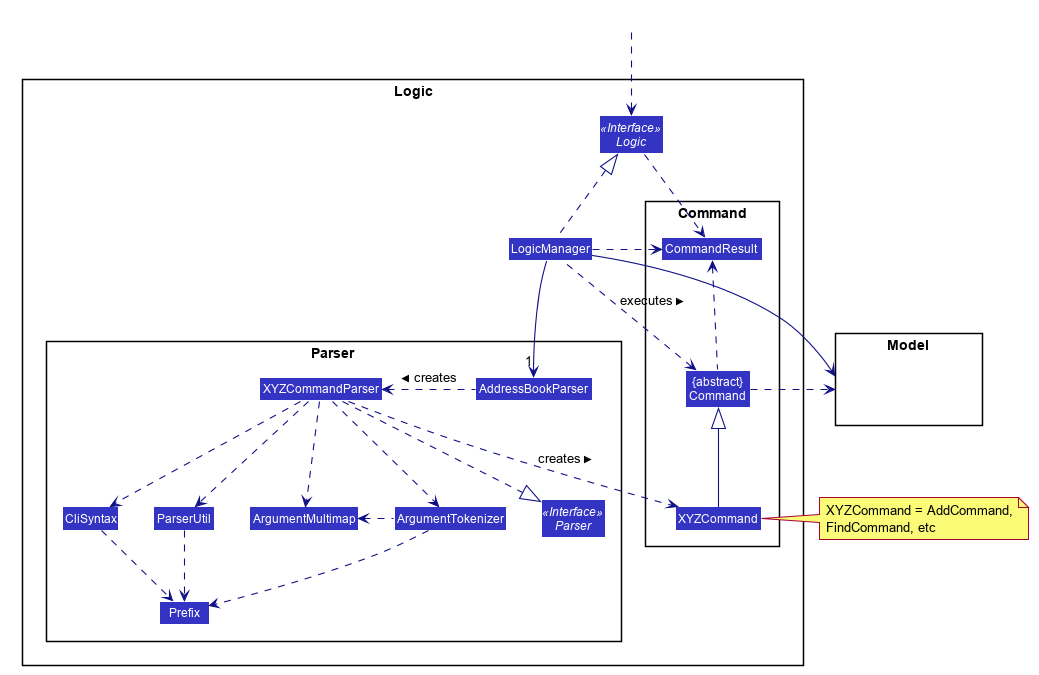
nus-cs2103-AY2021S2/tp keeps this PlantUML diagram as docs/images/LogicClassDiagram.png. Above is the earlier version. Its diagram source:
```plantuml
@startuml








skinparam BackgroundColor #FFFFFFF

skinparam Shadowing false

skinparam Class {
    FontColor #FFFFFF
    BorderThickness 1
    BorderColor #FFFFFF
    StereotypeFontColor #FFFFFF
    FontName Arial
}

skinparam Actor {
    BorderColor #000000
    Color #000000
    FontName Arial
}

skinparam Sequence {
    MessageAlign center
    BoxFontSize 15
    BoxPadding 0
    BoxFontColor #FFFFFF
    FontName Arial
}

skinparam Participant {
    FontColor #FFFFFFF
    Padding 20
}

skinparam MinClassWidth 50
skinparam ParticipantPadding 10
skinparam Shadowing false
skinparam DefaultTextAlignment center
skinparam packageStyle Rectangle

hide footbox
hide members
hide circle
skinparam arrowThickness 1.1
skinparam arrowColor #101086
skinparam classBackgroundColor #3333C4

package Logic {

package Parser {
Interface Parser <<Interface>>
Class AddressBookParser
Class XYZCommandParser
Class CliSyntax
Class ParserUtil
Class ArgumentMultimap
Class ArgumentTokenizer
Class Prefix
}

package Command {
Class XYZCommand
Class CommandResult
Class "{abstract}\nCommand" as Command
}

Interface Logic <<Interface>>
Class LogicManager
}

package Model{
Class HiddenModel #FFFFFF
}

Class HiddenOutside #FFFFFF
HiddenOutside ..> Logic

LogicManager .up.|> Logic
LogicManager -->"1" AddressBookParser
AddressBookParser .left.> XYZCommandParser: creates >

XYZCommandParser ..> XYZCommand : creates >
XYZCommandParser ..|> Parser
XYZCommandParser ..> ArgumentMultimap
XYZCommandParser ..> ArgumentTokenizer
ArgumentTokenizer .left.> ArgumentMultimap
XYZCommandParser ..> CliSyntax
CliSyntax ..> Prefix
XYZCommandParser ..> ParserUtil
ParserUtil .down.> Prefix
ArgumentTokenizer .down.> Prefix
XYZCommand -up-|> Command
LogicManager .left.> Command : executes >

LogicManager --> Model
Command .right.> Model
note right of XYZCommand: XYZCommand = AddCommand, \nFindCommand, etc

Logic ..> CommandResult
LogicManager .down.> CommandResult
Command .up.> CommandResult
CommandResult -[hidden]-> Parser
@enduml
```
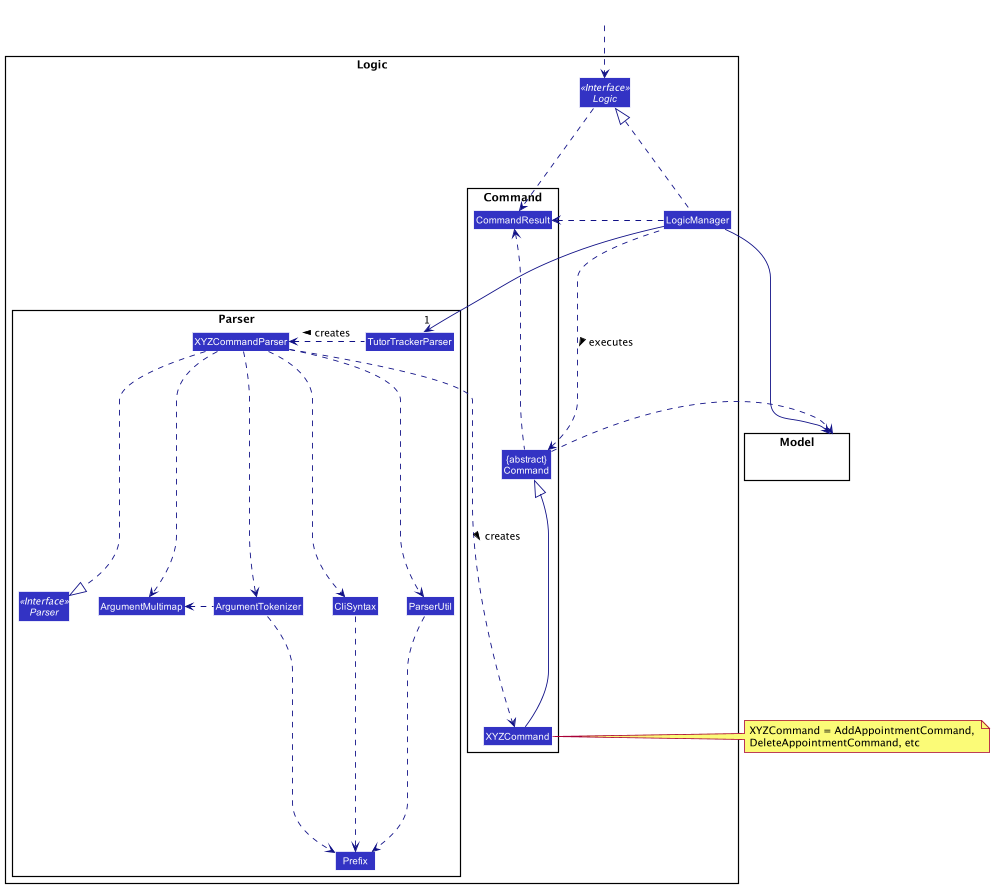
The same diagram one commit later.

Commit message:
Edit DG introduction, architecture and logic section

Diff of the diagram source:
```diff
@@ -1,61 +1,14 @@
 @startuml
-
-
-
-
-
-
-
-
-skinparam BackgroundColor #FFFFFFF
-
-skinparam Shadowing false
-
-skinparam Class {
-    FontColor #FFFFFF
-    BorderThickness 1
-    BorderColor #FFFFFF
-    StereotypeFontColor #FFFFFF
-    FontName Arial
-}
-
-skinparam Actor {
-    BorderColor #000000
-    Color #000000
-    FontName Arial
-}
-
-skinparam Sequence {
-    MessageAlign center
-    BoxFontSize 15
-    BoxPadding 0
-    BoxFontColor #FFFFFF
-    FontName Arial
-}
-
-skinparam Participant {
-    FontColor #FFFFFFF
-    Padding 20
-}
-
-skinparam MinClassWidth 50
-skinparam ParticipantPadding 10
-skinparam Shadowing false
-skinparam DefaultTextAlignment center
-skinparam packageStyle Rectangle
-
-hide footbox
-hide members
-hide circle
+!include style.puml
 skinparam arrowThickness 1.1
-skinparam arrowColor #101086
-skinparam classBackgroundColor #3333C4
+skinparam arrowColor LOGIC_COLOR_T4
+skinparam classBackgroundColor LOGIC_COLOR
 
 package Logic {
 
 package Parser {
 Interface Parser <<Interface>>
-Class AddressBookParser
+Class TutorTrackerParser
 Class XYZCommandParser
 Class CliSyntax
 Class ParserUtil
@@ -82,8 +35,8 @@
 HiddenOutside ..> Logic
 
 LogicManager .up.|> Logic
-LogicManager -->"1" AddressBookParser
-AddressBookParser .left.> XYZCommandParser: creates >
+LogicManager -->"1" TutorTrackerParser
+TutorTrackerParser .left.> XYZCommandParser: creates >
 
 XYZCommandParser ..> XYZCommand : creates >
 XYZCommandParser ..|> Parser
@@ -100,7 +53,7 @@
 
 LogicManager --> Model
 Command .right.> Model
-note right of XYZCommand: XYZCommand = AddCommand, \nFindCommand, etc
+note right of XYZCommand: XYZCommand = AddAppointmentCommand, \nDeleteAppointmentCommand, etc
 
 Logic ..> CommandResult
 LogicManager .down.> CommandResult
```
